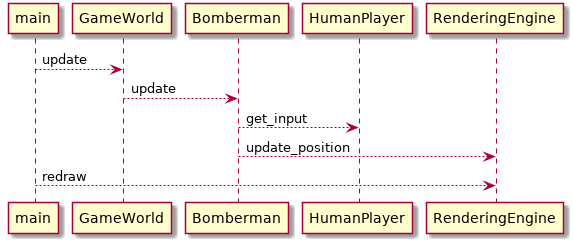
The PlantUML diagram docs/img/UC_1_2.png in NadzwyczajnaGrupaRobocza/bomberman, before a commit.
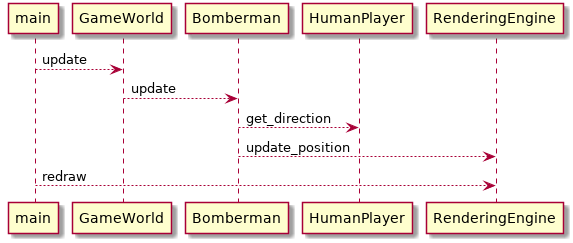
The same diagram one commit later.

What changed in the source:
```diff
@@ -2,7 +2,7 @@
 
 main --> GameWorld : update
 GameWorld --> Bomberman : update
-HumanPlayer <-- Bomberman : get_input
+HumanPlayer <-- Bomberman : get_direction
 Bomberman --> RenderingEngine : update_position
 main --> RenderingEngine : redraw
 
```
